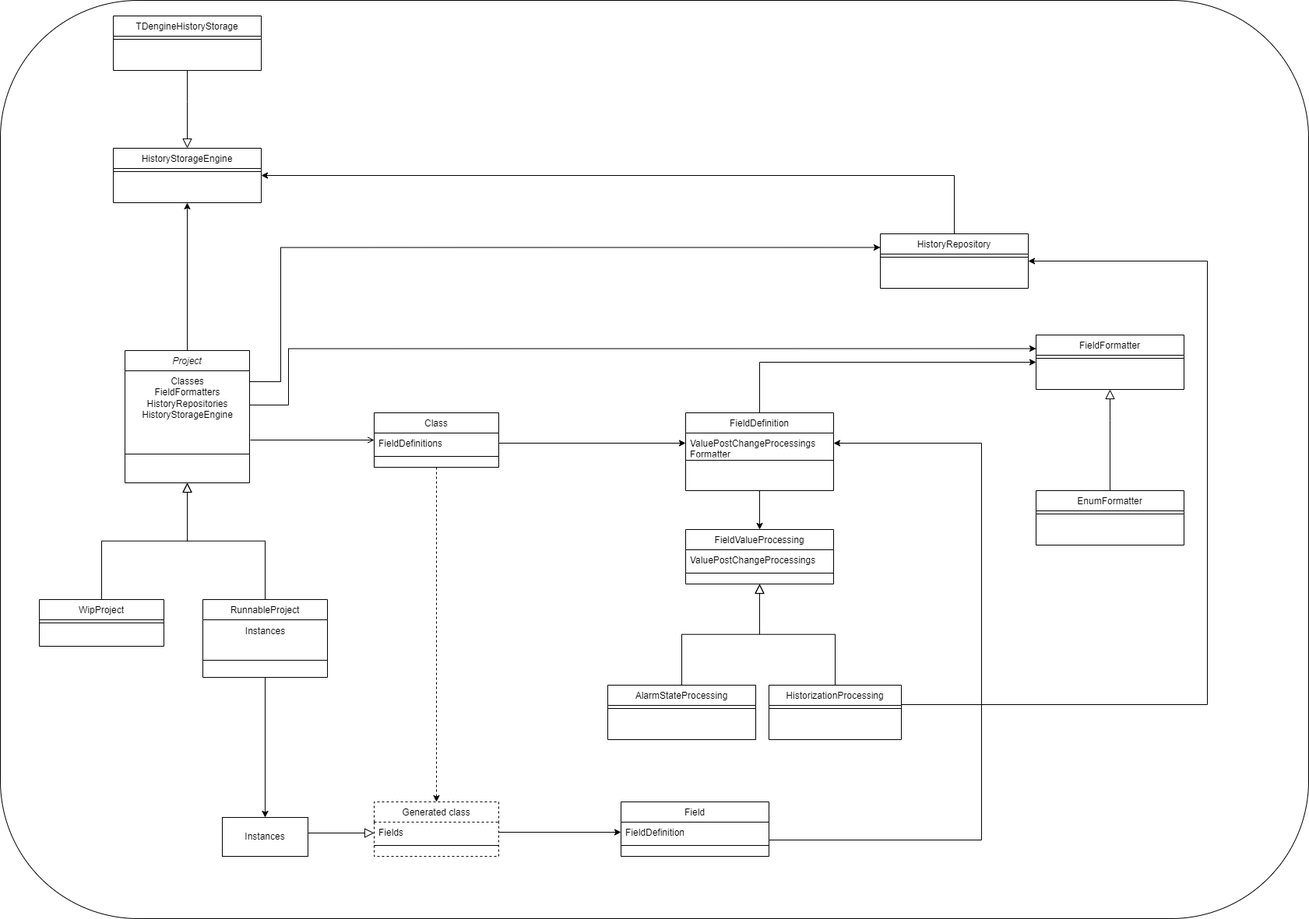
Above: drawings/Structure.drawio.png in PVanack/pva.SuperV (draw.io), before the change. Source tidied: cells renumbered, new cells last; positions are measured from the earlier drawing's top-left corner, leaving out a move shared by most shapes.
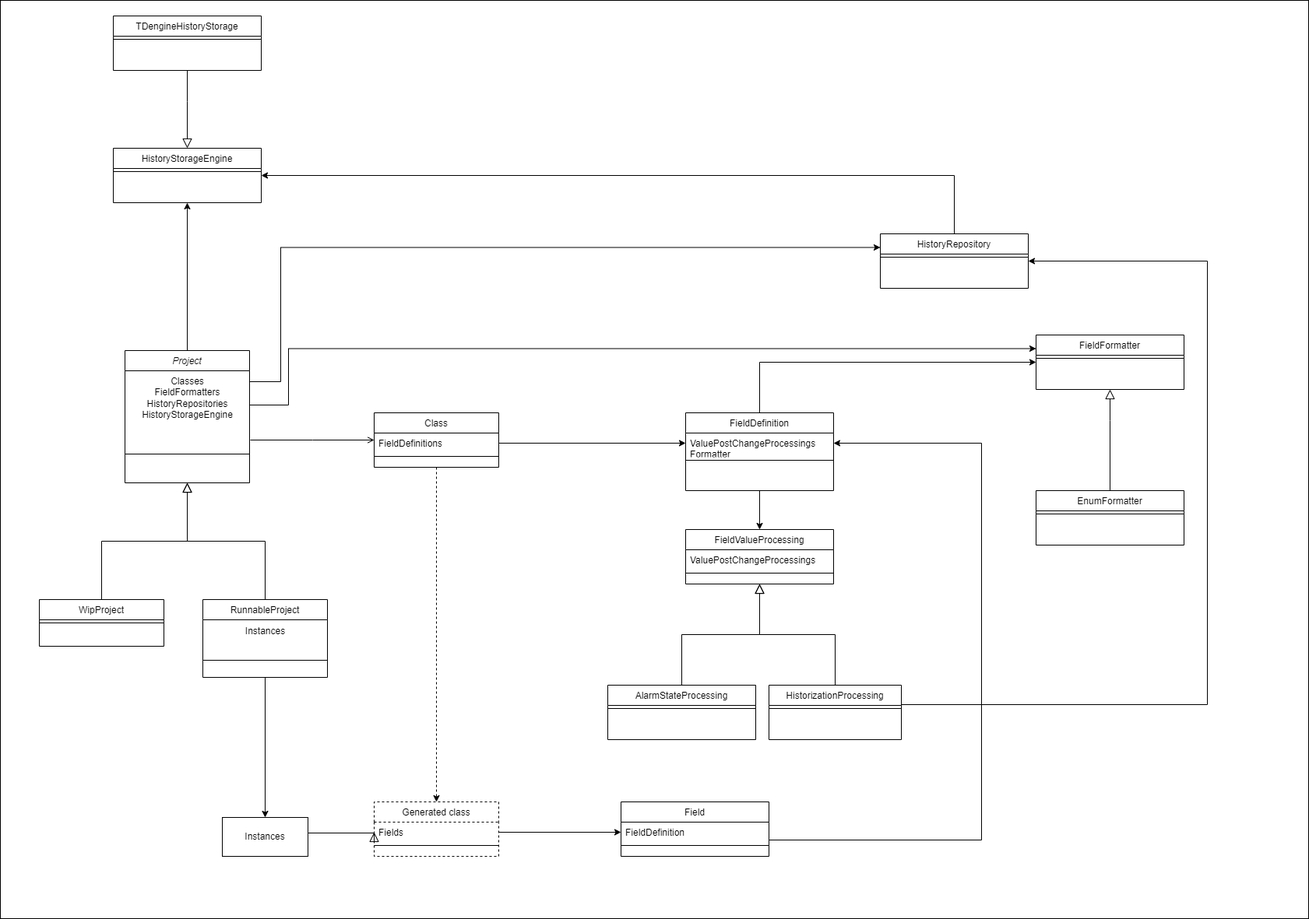
After the commit.

The edit, as a diff of the source:
```diff
@@ -2,7 +2,7 @@
   <root>
     <mxCell id="0" />
     <mxCell id="1" parent="0" />
-    <mxCell id="2" style="rounded=1;whiteSpace=wrap;html=1;" parent="1" vertex="1">
+    <mxCell id="2" style="rounded=0;whiteSpace=wrap;html=1;" parent="1" vertex="1">
       <mxGeometry width="1680" height="1180" as="geometry" />
     </mxCell>
     <mxCell id="3" style="edgeStyle=orthogonalEdgeStyle;rounded=0;jettySize=auto;html=1;entryX=0;entryY=0.25;entryDx=0;entryDy=0;" parent="1" edge="1" source="5" target="46">
```
